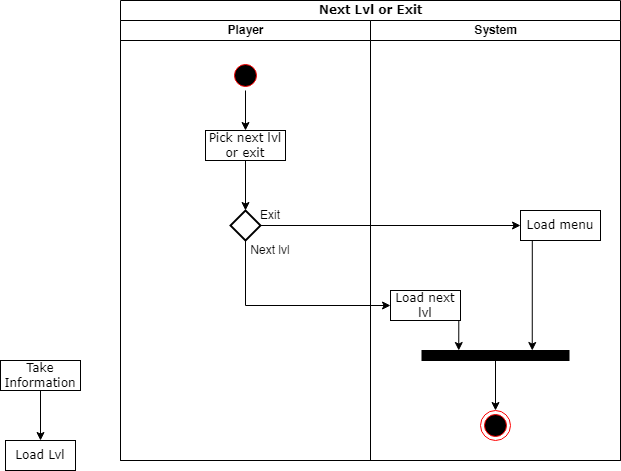
Before: Next Lvl or Exit.drawio.png, a diagram exported from draw.io (johannfac/A-Lone-Burglar). Source tidied: cells renumbered, new cells last; positions are measured from the earlier drawing's top-left corner, leaving out a move shared by most shapes. Source of this version:
```xml
<mxGraphModel>
  <root>
    <mxCell id="0" />
    <mxCell id="1" parent="0" />
    <mxCell id="2" value="Next Lvl or Exit" style="swimlane;html=1;startSize=20;rounded=0;shadow=0;comic=0;labelBackgroundColor=none;strokeWidth=1;fontFamily=Verdana;fontSize=12;align=center;" parent="1" vertex="1">
      <mxGeometry x="120" width="500" height="460" as="geometry" />
    </mxCell>
    <mxCell id="3" value="Player" style="swimlane;html=1;startSize=20;" parent="2" vertex="1">
      <mxGeometry y="20" width="250" height="440" as="geometry" />
    </mxCell>
    <mxCell id="4" style="edgeStyle=orthogonalEdgeStyle;rounded=0;jettySize=auto;html=1;exitX=0.5;exitY=1;exitDx=0;exitDy=0;entryX=0.5;entryY=0;entryDx=0;entryDy=0;" parent="3" edge="1" source="5" target="7">
      <mxGeometry relative="1" as="geometry" />
    </mxCell>
    <mxCell id="5" style="ellipse;html=1;shape=startState;fillColor=#000000;strokeColor=#ff0000;" parent="3" vertex="1">
      <mxGeometry x="110" y="40" width="30" height="30" as="geometry" />
    </mxCell>
    <mxCell id="6" style="edgeStyle=orthogonalEdgeStyle;rounded=0;jettySize=auto;html=1;exitX=0.5;exitY=1;exitDx=0;exitDy=0;entryX=0.5;entryY=0;entryDx=0;entryDy=0;" parent="3" edge="1" source="7" target="8">
      <mxGeometry relative="1" as="geometry" />
    </mxCell>
    <mxCell id="7" value="Pick next lvl or exit" style="rounded=0;whiteSpace=wrap;html=1;shadow=0;comic=0;labelBackgroundColor=none;strokeWidth=1;fontFamily=Verdana;fontSize=12;align=center;arcSize=50;" parent="3" vertex="1">
      <mxGeometry x="85" y="110" width="80" height="30" as="geometry" />
    </mxCell>
    <mxCell id="8" style="rhombus;whiteSpace=wrap;html=1;strokeColor=default;strokeWidth=2;fillColor=#FFFFFF;" parent="3" vertex="1">
      <mxGeometry x="110" y="190" width="30" height="30" as="geometry" />
    </mxCell>
    <mxCell id="9" value="Exit" style="text;html=1;strokeColor=none;fillColor=none;align=center;verticalAlign=middle;whiteSpace=wrap;rounded=0;" parent="3" vertex="1">
      <mxGeometry x="120" y="185" width="60" height="20" as="geometry" />
    </mxCell>
    <mxCell id="10" value="Next lvl" style="text;html=1;strokeColor=none;fillColor=none;align=center;verticalAlign=middle;whiteSpace=wrap;rounded=0;" parent="3" vertex="1">
      <mxGeometry x="120" y="220" width="60" height="20" as="geometry" />
    </mxCell>
    <mxCell id="11" value="System" style="swimlane;html=1;startSize=20;" parent="2" vertex="1">
      <mxGeometry x="250" y="20" width="250" height="440" as="geometry" />
    </mxCell>
    <mxCell id="12" style="edgeStyle=orthogonalEdgeStyle;rounded=0;jettySize=auto;html=1;exitX=0.5;exitY=1;exitDx=0;exitDy=0;entryX=0.75;entryY=0;entryDx=0;entryDy=0;" parent="11" edge="1" source="13" target="17">
      <mxGeometry relative="1" as="geometry">
        <Array as="points">
          <mxPoint x="162" y="220" />
        </Array>
      </mxGeometry>
    </mxCell>
    <mxCell id="13" value="Load menu" style="rounded=0;whiteSpace=wrap;html=1;shadow=0;comic=0;labelBackgroundColor=none;strokeWidth=1;fontFamily=Verdana;fontSize=12;align=center;arcSize=50;" parent="11" vertex="1">
      <mxGeometry x="150" y="190" width="80" height="30" as="geometry" />
    </mxCell>
    <mxCell id="14" style="edgeStyle=orthogonalEdgeStyle;rounded=0;jettySize=auto;html=1;exitX=0.5;exitY=1;exitDx=0;exitDy=0;entryX=0.25;entryY=0;entryDx=0;entryDy=0;" parent="11" edge="1" source="15" target="17">
      <mxGeometry relative="1" as="geometry">
        <Array as="points">
          <mxPoint x="88" y="300" />
        </Array>
      </mxGeometry>
    </mxCell>
    <mxCell id="15" value="Load next lvl" style="rounded=0;whiteSpace=wrap;html=1;shadow=0;comic=0;labelBackgroundColor=none;strokeWidth=1;fontFamily=Verdana;fontSize=12;align=center;arcSize=50;" parent="11" vertex="1">
      <mxGeometry x="20" y="270" width="70" height="30" as="geometry" />
    </mxCell>
    <mxCell id="16" style="edgeStyle=orthogonalEdgeStyle;rounded=0;jettySize=auto;html=1;exitX=0.5;exitY=1;exitDx=0;exitDy=0;entryX=0.5;entryY=0;entryDx=0;entryDy=0;" parent="11" edge="1" source="17" target="18">
      <mxGeometry relative="1" as="geometry" />
    </mxCell>
    <mxCell id="17" style="whiteSpace=wrap;html=1;rounded=0;shadow=0;comic=0;labelBackgroundColor=none;strokeWidth=1;fillColor=#000000;fontFamily=Verdana;fontSize=12;align=center;rotation=0;" parent="11" vertex="1">
      <mxGeometry x="51.5" y="330" width="147" height="10" as="geometry" />
    </mxCell>
    <mxCell id="18" style="ellipse;html=1;shape=endState;fillColor=#000000;strokeColor=#ff0000;" parent="11" vertex="1">
      <mxGeometry x="110" y="390" width="30" height="30" as="geometry" />
    </mxCell>
    <mxCell id="19" style="edgeStyle=orthogonalEdgeStyle;rounded=0;jettySize=auto;html=1;exitX=1;exitY=0.5;exitDx=0;exitDy=0;entryX=0;entryY=0.5;entryDx=0;entryDy=0;" parent="2" edge="1" source="8" target="13">
      <mxGeometry relative="1" as="geometry" />
    </mxCell>
    <mxCell id="20" style="edgeStyle=orthogonalEdgeStyle;rounded=0;jettySize=auto;html=1;exitX=0.5;exitY=1;exitDx=0;exitDy=0;entryX=0;entryY=0.5;entryDx=0;entryDy=0;" parent="2" edge="1" source="8" target="15">
      <mxGeometry relative="1" as="geometry" />
    </mxCell>
    <mxCell id="21" style="edgeStyle=orthogonalEdgeStyle;rounded=0;jettySize=auto;html=1;exitX=0.5;exitY=1;exitDx=0;exitDy=0;entryX=0.5;entryY=0;entryDx=0;entryDy=0;" parent="1" edge="1" source="22" target="23">
      <mxGeometry relative="1" as="geometry" />
    </mxCell>
    <mxCell id="22" value="Take Information" style="rounded=0;whiteSpace=wrap;html=1;shadow=0;comic=0;labelBackgroundColor=none;strokeWidth=1;fontFamily=Verdana;fontSize=12;align=center;arcSize=50;" parent="1" vertex="1">
      <mxGeometry y="360" width="80" height="30" as="geometry" />
    </mxCell>
    <mxCell id="23" value="Load Lvl" style="rounded=0;whiteSpace=wrap;html=1;shadow=0;comic=0;labelBackgroundColor=none;strokeWidth=1;fontFamily=Verdana;fontSize=12;align=center;arcSize=50;" parent="1" vertex="1">
      <mxGeometry x="5" y="440" width="70" height="30" as="geometry" />
    </mxCell>
  </root>
</mxGraphModel>
```
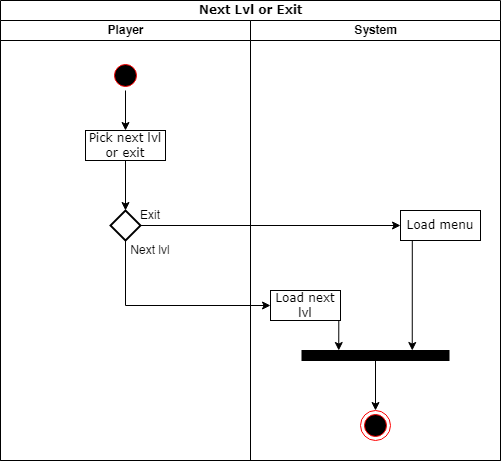
Later version of the same file.

Change to the diagram source:
```diff
@@ -67,14 +67,5 @@
     <mxCell id="20" style="edgeStyle=orthogonalEdgeStyle;rounded=0;jettySize=auto;html=1;exitX=0.5;exitY=1;exitDx=0;exitDy=0;entryX=0;entryY=0.5;entryDx=0;entryDy=0;" parent="2" edge="1" source="8" target="15">
       <mxGeometry relative="1" as="geometry" />
     </mxCell>
-    <mxCell id="21" style="edgeStyle=orthogonalEdgeStyle;rounded=0;jettySize=auto;html=1;exitX=0.5;exitY=1;exitDx=0;exitDy=0;entryX=0.5;entryY=0;entryDx=0;entryDy=0;" parent="1" edge="1" source="22" target="23">
-      <mxGeometry relative="1" as="geometry" />
-    </mxCell>
-    <mxCell id="22" value="Take Information" style="rounded=0;whiteSpace=wrap;html=1;shadow=0;comic=0;labelBackgroundColor=none;strokeWidth=1;fontFamily=Verdana;fontSize=12;align=center;arcSize=50;" parent="1" vertex="1">
-      <mxGeometry y="360" width="80" height="30" as="geometry" />
-    </mxCell>
-    <mxCell id="23" value="Load Lvl" style="rounded=0;whiteSpace=wrap;html=1;shadow=0;comic=0;labelBackgroundColor=none;strokeWidth=1;fontFamily=Verdana;fontSize=12;align=center;arcSize=50;" parent="1" vertex="1">
-      <mxGeometry x="5" y="440" width="70" height="30" as="geometry" />
-    </mxCell>
   </root>
 </mxGraphModel>
```
